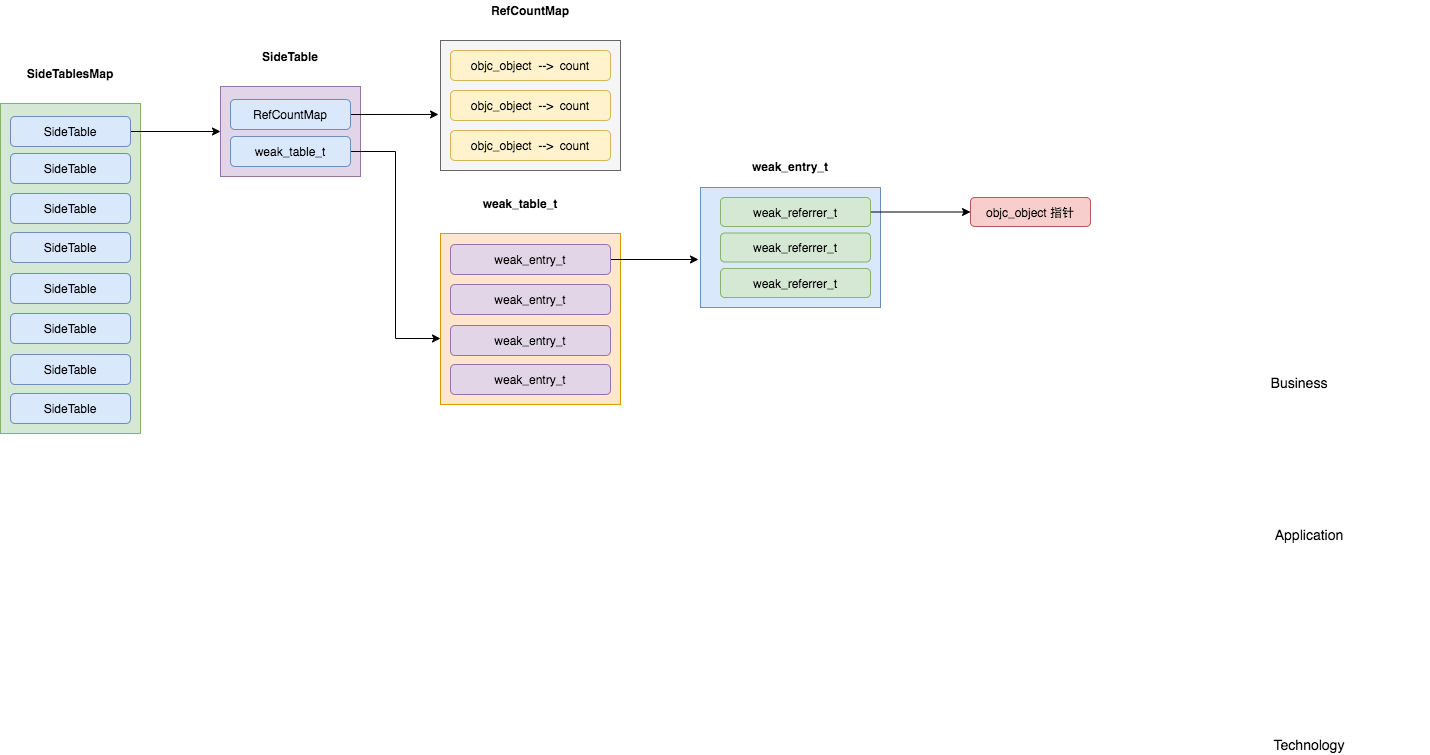
Before: img/SideTable.png, a diagram exported from draw.io (muhlenXi/blog-images). Source tidied: cells renumbered, new cells last; positions are measured from the earlier drawing's top-left corner, leaving out a move shared by most shapes.
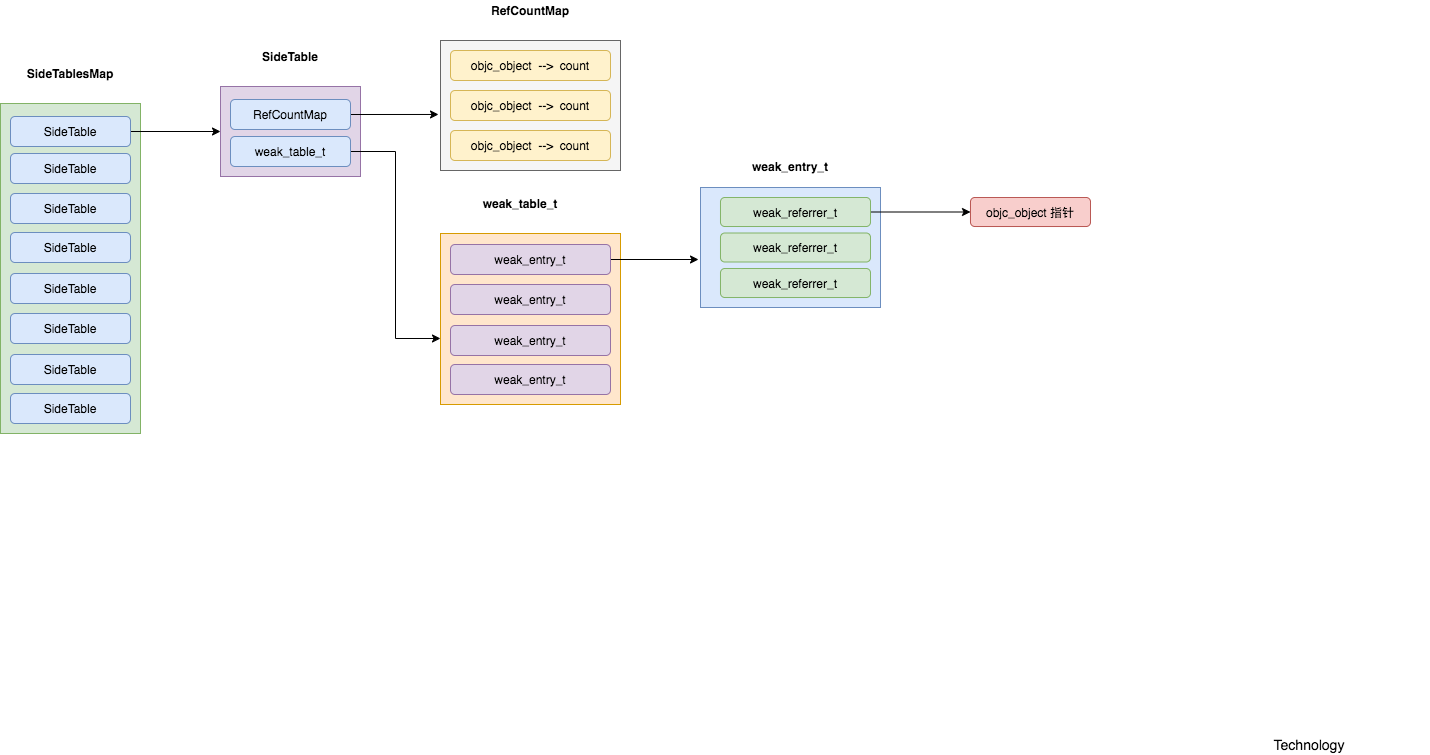
The same file after the commit.

Change to the diagram source:
```diff
@@ -11,12 +11,6 @@
     <mxCell id="4" value="Technology" style="text;html=1;strokeColor=none;fillColor=none;align=center;verticalAlign=middle;whiteSpace=wrap;fontSize=14;" parent="1" vertex="1">
       <mxGeometry x="1189" y="734" width="240" height="20" as="geometry" />
     </mxCell>
-    <mxCell id="5" value="Application" style="text;html=1;strokeColor=none;fillColor=none;align=center;verticalAlign=middle;whiteSpace=wrap;fontSize=14;" parent="1" vertex="1">
-      <mxGeometry x="1189" y="524" width="240" height="20" as="geometry" />
-    </mxCell>
-    <mxCell id="6" value="Business" style="text;html=1;strokeColor=none;fillColor=none;align=center;verticalAlign=middle;whiteSpace=wrap;fontSize=14;" parent="1" vertex="1">
-      <mxGeometry x="1179" y="372" width="240" height="20" as="geometry" />
-    </mxCell>
     <mxCell id="7" style="edgeStyle=orthogonalEdgeStyle;rounded=0;jettySize=auto;html=1;exitX=1;exitY=0.5;exitDx=0;exitDy=0;entryX=0;entryY=0.5;entryDx=0;entryDy=0;" parent="1" edge="1" source="8" target="17">
       <mxGeometry relative="1" as="geometry" />
     </mxCell>
```
